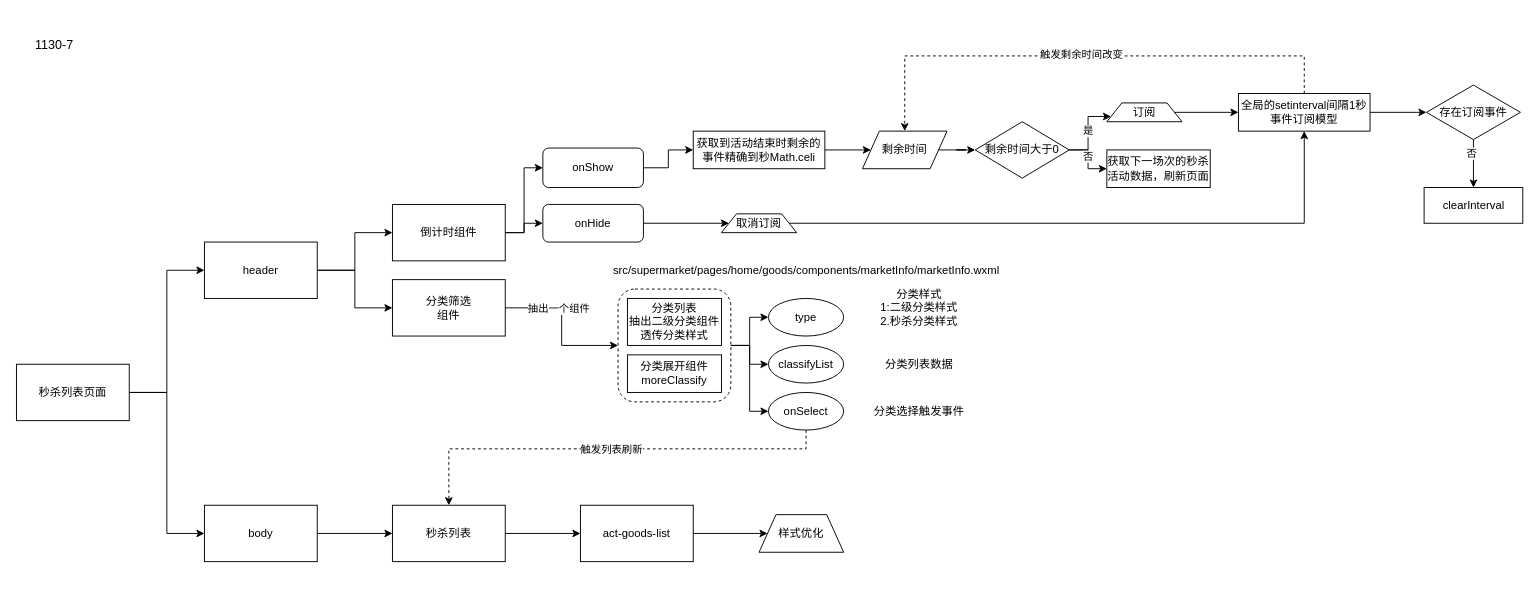
Earlier version of the draw.io diagram 1130/【首页改版】秒杀列表页优化：UI优化+分类筛选项展示及交互调整.drawio (howyea/drawio). Source tidied: cells renumbered, new cells numbered last; positions are measured from the earlier drawing's top-left corner, leaving out a move shared by most shapes. Both pictures are drawn from the tidied source at 94%, with x=0, y=0 at pixel (16, 35).
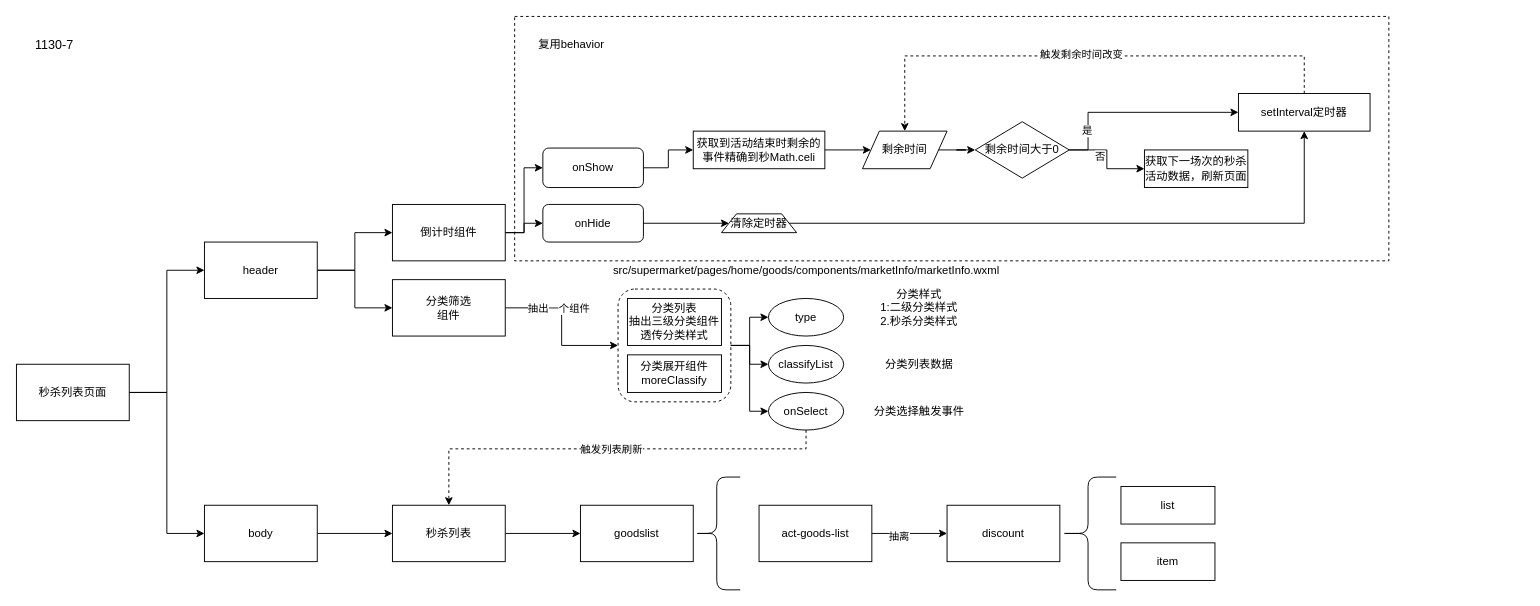
The same page after the edit.

Commit message (it also covers changes not shown here):
fix: 取消全局定时器

The change refers to these unchanged cells:
```xml
<mxCell id="18" value="秒杀列表" style="rounded=0;whiteSpace=wrap;html=1;" parent="1" vertex="1">
  <mxGeometry x="400" y="500" width="120" height="60" as="geometry" />
</mxCell>
<mxCell id="39" value="剩余时间大于0" style="rhombus;whiteSpace=wrap;html=1;fillColor=none;gradientColor=#ffffff;" parent="1" vertex="1">
  <mxGeometry x="1020" y="92" width="100" height="60" as="geometry" />
</mxCell>
```

Change to the diagram source:
```diff
@@
-    <mxCell id="17" style="edgeStyle=orthogonalEdgeStyle;rounded=0;jettySize=auto;html=1;entryX=0;entryY=0.5;entryDx=0;entryDy=0;" parent="1" edge="1" source="18" target="60">
-      <mxGeometry relative="1" as="geometry" />
-    </mxCell>
+    <mxCell id="62" style="edgeStyle=orthogonalEdgeStyle;rounded=0;jettySize=auto;html=1;entryX=0;entryY=0.5;entryDx=0;entryDy=0;" parent="1" edge="1" source="18" target="66">
+      <mxGeometry relative="1" as="geometry" />
+    </mxCell>
@@
-    <mxCell id="19" value="分类列表&lt;br&gt;抽出二级分类组件&lt;br&gt;透传分类样式" style="rounded=0;whiteSpace=wrap;html=1;" parent="1" vertex="1">
+    <mxCell id="19" value="分类列表&lt;br&gt;抽出三级分类组件&lt;br&gt;透传分类样式" style="rounded=0;whiteSpace=wrap;html=1;" parent="1" vertex="1">
       <mxGeometry x="650" y="280" width="100" height="50" as="geometry" />
     </mxCell>
@@
+    <mxCell id="63" style="edgeStyle=orthogonalEdgeStyle;rounded=0;jettySize=auto;html=1;entryX=0;entryY=0.5;entryDx=0;entryDy=0;" parent="1" edge="1" source="39" target="44">
+      <mxGeometry relative="1" as="geometry">
+        <Array as="points">
+          <mxPoint x="1140" y="122" />
+          <mxPoint x="1140" y="82" />
+        </Array>
+      </mxGeometry>
+    </mxCell>
-    <mxCell id="38" value="是" style="edgeStyle=orthogonalEdgeStyle;rounded=0;jettySize=auto;html=1;entryX=0;entryY=0.75;entryDx=0;entryDy=0;" parent="1" edge="1" source="39" target="46">
-      <mxGeometry relative="1" as="geometry" />
+    <mxCell id="38" value="是" style="edgeLabel;html=1;align=center;verticalAlign=middle;" parent="63" vertex="1">
+      <mxGeometry x="-0.63" y="2" relative="1" as="geometry" />
     </mxCell>
@@
     <mxCell id="40" value="获取下一场次的秒杀活动数据，刷新页面" style="rounded=0;whiteSpace=wrap;html=1;fillColor=none;gradientColor=#ffffff;" parent="1" vertex="1">
-      <mxGeometry x="1160" y="122" width="110" height="40" as="geometry" />
+      <mxGeometry x="1200" y="122" width="110" height="40" as="geometry" />
     </mxCell>
@@
-    <mxCell id="43" style="edgeStyle=orthogonalEdgeStyle;rounded=0;jettySize=auto;html=1;entryX=0;entryY=0.5;entryDx=0;entryDy=0;" parent="1" edge="1" source="44" target="57">
-      <mxGeometry relative="1" as="geometry" />
-    </mxCell>
-    <mxCell id="44" value="全局的setinterval间隔1秒&lt;br&gt;事件订阅模型" style="rounded=0;whiteSpace=wrap;html=1;fillColor=none;gradientColor=#ffffff;" parent="1" vertex="1">
+    <mxCell id="44" value="setInterval定时器" style="rounded=0;whiteSpace=wrap;html=1;fillColor=none;gradientColor=#ffffff;" parent="1" vertex="1">
       <mxGeometry x="1300" y="62" width="140" height="40" as="geometry" />
     </mxCell>
-    <mxCell id="45" style="edgeStyle=orthogonalEdgeStyle;rounded=0;jettySize=auto;html=1;entryX=0;entryY=0.5;entryDx=0;entryDy=0;" parent="1" edge="1" source="46" target="44">
-      <mxGeometry relative="1" as="geometry" />
-    </mxCell>
-    <mxCell id="46" value="订阅" style="shape=trapezoid;perimeter=trapezoidPerimeter;whiteSpace=wrap;html=1;fillColor=none;gradientColor=#ffffff;" parent="1" vertex="1">
-      <mxGeometry x="1160" y="72" width="80" height="20" as="geometry" />
-    </mxCell>
@@
-    <mxCell id="54" value="取消订阅" style="shape=trapezoid;perimeter=trapezoidPerimeter;whiteSpace=wrap;html=1;fillColor=none;gradientColor=#ffffff;" parent="1" vertex="1">
+    <mxCell id="54" value="清除定时器" style="shape=trapezoid;perimeter=trapezoidPerimeter;whiteSpace=wrap;html=1;fillColor=none;gradientColor=#ffffff;" parent="1" vertex="1">
       <mxGeometry x="750" y="190" width="80" height="20" as="geometry" />
     </mxCell>
-    <mxCell id="55" style="edgeStyle=orthogonalEdgeStyle;rounded=0;jettySize=auto;html=1;entryX=0.5;entryY=0;entryDx=0;entryDy=0;" parent="1" edge="1" source="57" target="58">
-      <mxGeometry relative="1" as="geometry" />
-    </mxCell>
-    <mxCell id="56" value="否" style="edgeLabel;html=1;align=center;verticalAlign=middle;" parent="55" vertex="1">
-      <mxGeometry x="-0.45" y="-3" relative="1" as="geometry" />
-    </mxCell>
-    <mxCell id="57" value="存在订阅事件" style="rhombus;whiteSpace=wrap;html=1;fillColor=none;gradientColor=#ffffff;" parent="1" vertex="1">
-      <mxGeometry x="1500" y="53" width="100" height="58" as="geometry" />
-    </mxCell>
-    <mxCell id="58" value="clearInterval" style="rounded=0;whiteSpace=wrap;html=1;fillColor=none;gradientColor=#ffffff;" parent="1" vertex="1">
-      <mxGeometry x="1497.5" y="162" width="105" height="38" as="geometry" />
-    </mxCell>
-    <mxCell id="59" style="edgeStyle=orthogonalEdgeStyle;rounded=0;jettySize=auto;html=1;entryX=0;entryY=0.5;entryDx=0;entryDy=0;startArrow=none;startFill=0;" parent="1" edge="1" source="60" target="61">
-      <mxGeometry relative="1" as="geometry" />
-    </mxCell>
     <mxCell id="60" value="act-goods-list" style="rounded=0;whiteSpace=wrap;html=1;fillColor=none;gradientColor=#ffffff;" parent="1" vertex="1">
-      <mxGeometry x="600" y="500" width="120" height="60" as="geometry" />
+      <mxGeometry x="790" y="500" width="120" height="60" as="geometry" />
     </mxCell>
-    <mxCell id="61" value="样式优化" style="shape=trapezoid;perimeter=trapezoidPerimeter;whiteSpace=wrap;html=1;" parent="1" vertex="1">
-      <mxGeometry x="790" y="510" width="90" height="40" as="geometry" />
-    </mxCell>
+    <mxCell id="64" style="rounded=0;whiteSpace=wrap;html=1;dashed=1;fillColor=none;" parent="1" vertex="1">
+      <mxGeometry x="530" y="-20" width="930" height="260" as="geometry" />
+    </mxCell>
+    <mxCell id="65" value="复用behavior" style="text;html=1;align=center;verticalAlign=middle;fillColor=none;strokeColor=none;rounded=0;dashed=1;" parent="1" vertex="1">
+      <mxGeometry x="540" width="100" height="20" as="geometry" />
+    </mxCell>
+    <mxCell id="66" value="goodslist" style="rounded=0;whiteSpace=wrap;html=1;" parent="1" vertex="1">
+      <mxGeometry x="600" y="500" width="120" height="60" as="geometry" />
+    </mxCell>
+    <mxCell id="67" value="discount" style="rounded=0;whiteSpace=wrap;html=1;" parent="1" vertex="1">
+      <mxGeometry x="990" y="500" width="120" height="60" as="geometry" />
+    </mxCell>
+    <mxCell id="68" style="edgeStyle=orthogonalEdgeStyle;rounded=0;jettySize=auto;html=1;entryX=0;entryY=0.5;entryDx=0;entryDy=0;exitX=1;exitY=0.5;exitDx=0;exitDy=0;" parent="1" edge="1" source="60" target="67">
+      <mxGeometry relative="1" as="geometry" />
+    </mxCell>
+    <mxCell id="69" value="抽离" style="edgeLabel;html=1;align=center;verticalAlign=middle;" parent="68" vertex="1">
+      <mxGeometry x="-0.31" y="-2" relative="1" as="geometry" />
+    </mxCell>
+    <mxCell id="70" style="shape=curlyBracket;whiteSpace=wrap;html=1;rounded=1;" parent="1" vertex="1">
+      <mxGeometry x="1110" y="470" width="60" height="120" as="geometry" />
+    </mxCell>
+    <mxCell id="71" value="item" style="rounded=0;whiteSpace=wrap;html=1;" parent="1" vertex="1">
+      <mxGeometry x="1175" y="540" width="100" height="40" as="geometry" />
+    </mxCell>
+    <mxCell id="72" value="list" style="rounded=0;whiteSpace=wrap;html=1;" parent="1" vertex="1">
+      <mxGeometry x="1175" y="480" width="100" height="40" as="geometry" />
+    </mxCell>
+    <mxCell id="73" style="shape=curlyBracket;whiteSpace=wrap;html=1;rounded=1;" parent="1" vertex="1">
+      <mxGeometry x="720" y="470" width="50" height="120" as="geometry" />
+    </mxCell>
```
